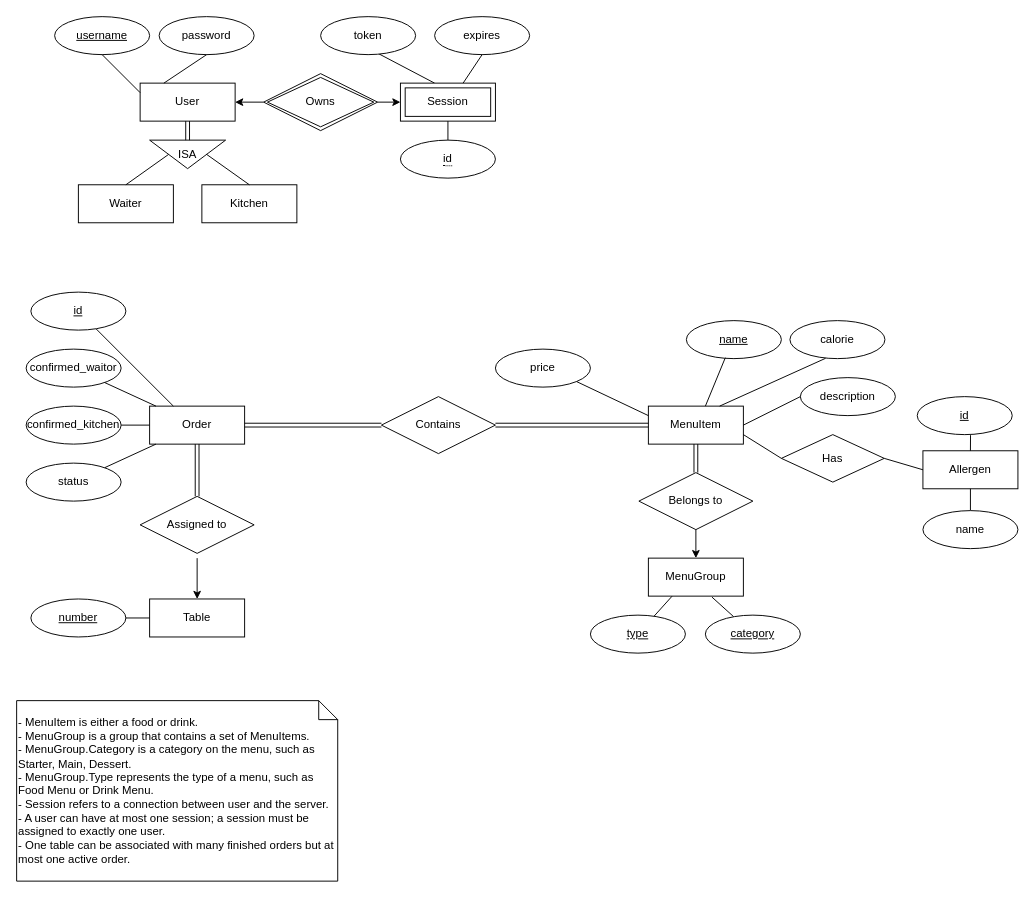
Before: doc/backend/database-design/ER-diagram.drawio in Spencer-Georgiou/Uni-Y2-Team, a draw.io diagram. Source tidied: cells renumbered, new cells numbered last; positions are measured from the earlier drawing's top-left corner, leaving out a move shared by most shapes. Both pictures are drawn from the tidied source at 95%, with x=0, y=0 at pixel (16, 16).
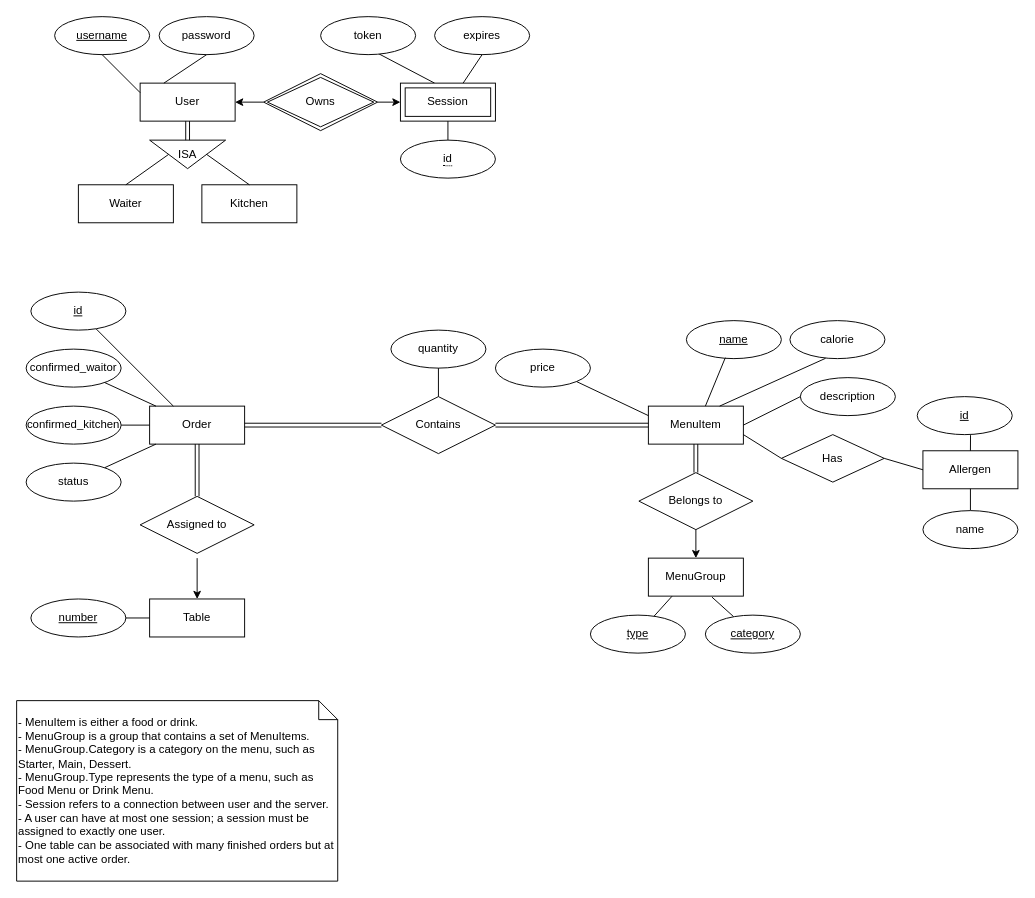
The same diagram, later.

The change refers to these unchanged cells:
```xml
<mxCell id="46" value="Contains" style="shape=rhombus;perimeter=rhombusPerimeter;whiteSpace=wrap;html=1;align=center;" parent="1" vertex="1">
  <mxGeometry x="384" y="400" width="120" height="60" as="geometry" />
</mxCell>
```

Diff of the diagram source:
```diff
@@
+    <mxCell id="67" style="edgeStyle=none;html=1;endArrow=none;endFill=0;" parent="1" edge="1" source="68" target="46">
+      <mxGeometry relative="1" as="geometry" />
+    </mxCell>
+    <mxCell id="68" value="quantity" style="ellipse;whiteSpace=wrap;html=1;align=center;" parent="1" vertex="1">
+      <mxGeometry x="394" y="330" width="100" height="40" as="geometry" />
+    </mxCell>
```
